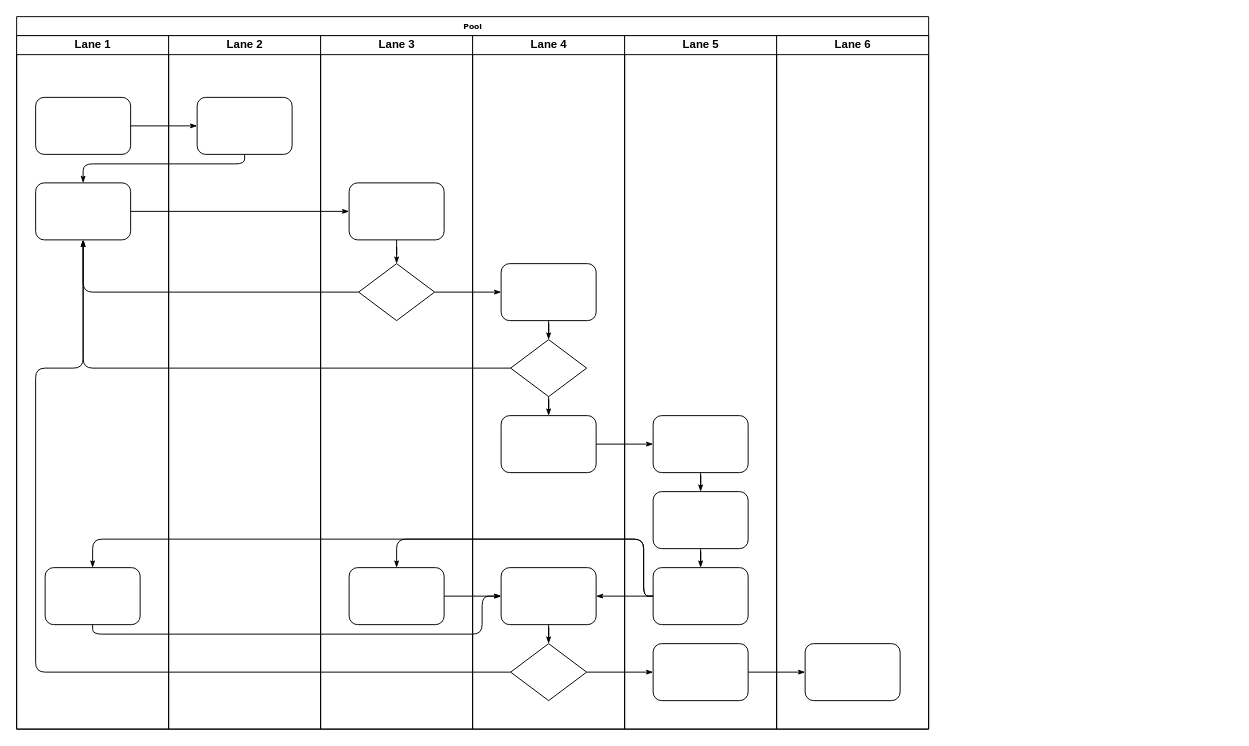
This is Untitled Diagram.drawio from mslz30/May-Shoon-Lett-Zaw, a draw.io file, before an edit. Source tidied: cells renumbered, new cells numbered last; positions are measured from the earlier drawing's top-left corner, leaving out a move shared by most shapes. Both pictures are drawn from the tidied source at 95%, with x=0, y=0 at pixel (16, 16).
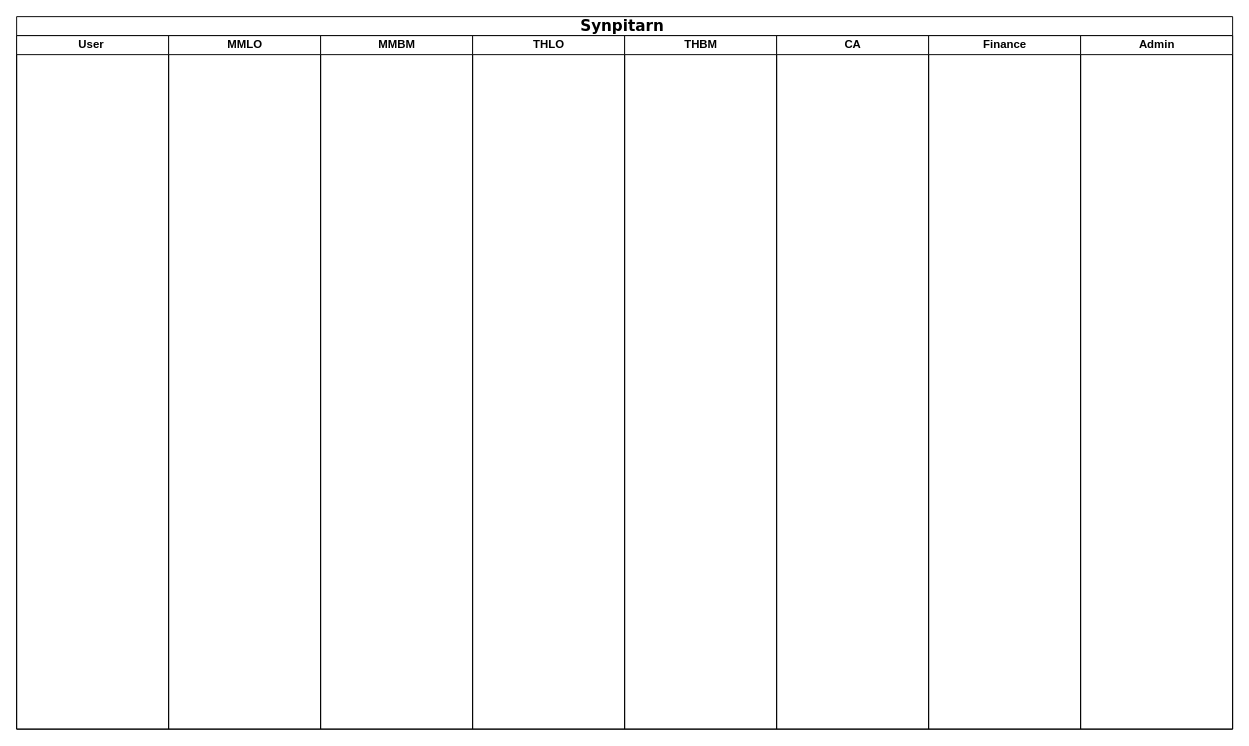
Above is the later version.

Commit message:
Overall Process

Change to the diagram source:
```diff
@@
-    <mxCell id="2" value="Pool" style="swimlane;html=1;startSize=20;rounded=0;shadow=0;labelBackgroundColor=none;strokeWidth=1;fontFamily=Verdana;fontSize=8;align=center;" parent="1" vertex="1">
-      <mxGeometry width="960" height="750" as="geometry" />
+    <mxCell id="2" value="&lt;font style=&quot;font-size: 16px;&quot;&gt;Synpitarn&amp;nbsp;&lt;/font&gt;" style="swimlane;html=1;startSize=20;rounded=0;shadow=0;labelBackgroundColor=none;strokeWidth=1;fontFamily=Verdana;fontSize=8;align=center;" parent="1" vertex="1">
+      <mxGeometry width="1280" height="750" as="geometry" />
     </mxCell>
-    <mxCell id="3" value="Lane 1" style="swimlane;html=1;startSize=20;" parent="2" vertex="1">
+    <mxCell id="3" value="User&amp;nbsp;" style="swimlane;html=1;startSize=20;" parent="2" vertex="1">
       <mxGeometry y="20" width="160" height="730" as="geometry" />
     </mxCell>
-    <mxCell id="4" style="rounded=1;whiteSpace=wrap;html=1;shadow=0;labelBackgroundColor=none;strokeWidth=1;fontFamily=Verdana;fontSize=8;align=center;" parent="3" vertex="1">
-      <mxGeometry x="20" y="65" width="100" height="60" as="geometry" />
-    </mxCell>
-    <mxCell id="5" style="rounded=1;whiteSpace=wrap;html=1;shadow=0;labelBackgroundColor=none;strokeWidth=1;fontFamily=Verdana;fontSize=8;align=center;" parent="3" vertex="1">
-      <mxGeometry x="20" y="155" width="100" height="60" as="geometry" />
-    </mxCell>
-    <mxCell id="6" style="rounded=1;whiteSpace=wrap;html=1;shadow=0;labelBackgroundColor=none;strokeWidth=1;fontFamily=Verdana;fontSize=8;align=center;" parent="3" vertex="1">
-      <mxGeometry x="30" y="560" width="100" height="60" as="geometry" />
-    </mxCell>
-    <mxCell id="7" style="edgeStyle=orthogonalEdgeStyle;rounded=1;html=1;labelBackgroundColor=none;startArrow=none;startFill=0;startSize=5;endArrow=classicThin;endFill=1;endSize=5;jettySize=auto;strokeWidth=1;fontFamily=Verdana;fontSize=8;" parent="2" edge="1" source="4" target="23">
-      <mxGeometry relative="1" as="geometry" />
-    </mxCell>
-    <mxCell id="8" style="edgeStyle=orthogonalEdgeStyle;rounded=1;html=1;labelBackgroundColor=none;startArrow=none;startFill=0;startSize=5;endArrow=classicThin;endFill=1;endSize=5;jettySize=auto;strokeWidth=1;fontFamily=Verdana;fontSize=8;" parent="2" edge="1" source="23" target="5">
-      <mxGeometry relative="1" as="geometry">
-        <Array as="points">
-          <mxPoint x="240" y="155" />
-          <mxPoint x="70" y="155" />
-        </Array>
-      </mxGeometry>
-    </mxCell>
-    <mxCell id="9" style="edgeStyle=orthogonalEdgeStyle;rounded=1;html=1;labelBackgroundColor=none;startArrow=none;startFill=0;startSize=5;endArrow=classicThin;endFill=1;endSize=5;jettySize=auto;strokeWidth=1;fontFamily=Verdana;fontSize=8;" parent="2" edge="1" source="5" target="25">
-      <mxGeometry relative="1" as="geometry" />
-    </mxCell>
-    <mxCell id="10" style="edgeStyle=orthogonalEdgeStyle;rounded=1;html=1;labelBackgroundColor=none;startArrow=none;startFill=0;startSize=5;endArrow=classicThin;endFill=1;endSize=5;jettySize=auto;strokeWidth=1;fontFamily=Verdana;fontSize=8;" parent="2" edge="1" source="26" target="5">
-      <mxGeometry relative="1" as="geometry" />
-    </mxCell>
-    <mxCell id="11" style="edgeStyle=orthogonalEdgeStyle;rounded=1;html=1;labelBackgroundColor=none;startArrow=none;startFill=0;startSize=5;endArrow=classicThin;endFill=1;endSize=5;jettySize=auto;strokeWidth=1;fontFamily=Verdana;fontSize=8;" parent="2" edge="1" source="31" target="5">
-      <mxGeometry relative="1" as="geometry" />
-    </mxCell>
-    <mxCell id="12" style="edgeStyle=orthogonalEdgeStyle;rounded=1;html=1;labelBackgroundColor=none;startArrow=none;startFill=0;startSize=5;endArrow=classicThin;endFill=1;endSize=5;jettySize=auto;strokeWidth=1;fontFamily=Verdana;fontSize=8;" parent="2" edge="1" source="34" target="5">
-      <mxGeometry relative="1" as="geometry">
-        <Array as="points">
-          <mxPoint x="20" y="690" />
-          <mxPoint x="20" y="370" />
-          <mxPoint x="70" y="370" />
-        </Array>
-      </mxGeometry>
-    </mxCell>
-    <mxCell id="13" style="edgeStyle=orthogonalEdgeStyle;rounded=1;html=1;labelBackgroundColor=none;startArrow=none;startFill=0;startSize=5;endArrow=classicThin;endFill=1;endSize=5;jettySize=auto;strokeWidth=1;fontFamily=Verdana;fontSize=8;" parent="2" edge="1" source="26" target="30">
-      <mxGeometry relative="1" as="geometry" />
-    </mxCell>
-    <mxCell id="14" style="edgeStyle=orthogonalEdgeStyle;rounded=1;html=1;labelBackgroundColor=none;startArrow=none;startFill=0;startSize=5;endArrow=classicThin;endFill=1;endSize=5;jettySize=auto;strokeWidth=1;fontFamily=Verdana;fontSize=8;" parent="2" edge="1" source="34" target="42">
-      <mxGeometry relative="1" as="geometry" />
-    </mxCell>
-    <mxCell id="15" style="edgeStyle=orthogonalEdgeStyle;rounded=1;html=1;labelBackgroundColor=none;startArrow=none;startFill=0;startSize=5;endArrow=classicThin;endFill=1;endSize=5;jettySize=auto;strokeWidth=1;fontFamily=Verdana;fontSize=8;" parent="2" edge="1" source="42" target="46">
-      <mxGeometry relative="1" as="geometry" />
-    </mxCell>
-    <mxCell id="16" style="edgeStyle=orthogonalEdgeStyle;rounded=1;html=1;labelBackgroundColor=none;startArrow=none;startFill=0;startSize=5;endArrow=classicThin;endFill=1;endSize=5;jettySize=auto;strokeWidth=1;fontFamily=Verdana;fontSize=8;" parent="2" edge="1" source="32" target="39">
-      <mxGeometry relative="1" as="geometry" />
-    </mxCell>
-    <mxCell id="17" style="edgeStyle=orthogonalEdgeStyle;rounded=1;html=1;labelBackgroundColor=none;startArrow=none;startFill=0;startSize=5;endArrow=classicThin;endFill=1;endSize=5;jettySize=auto;strokeWidth=1;fontFamily=Verdana;fontSize=8;" parent="2" edge="1" source="41" target="27">
-      <mxGeometry relative="1" as="geometry">
-        <Array as="points">
-          <mxPoint x="660" y="610" />
-          <mxPoint x="660" y="550" />
-          <mxPoint x="400" y="550" />
-        </Array>
-      </mxGeometry>
-    </mxCell>
-    <mxCell id="18" style="edgeStyle=orthogonalEdgeStyle;rounded=1;html=1;labelBackgroundColor=none;startArrow=none;startFill=0;startSize=5;endArrow=classicThin;endFill=1;endSize=5;jettySize=auto;strokeColor=#000000;strokeWidth=1;fontFamily=Verdana;fontSize=8;fontColor=#000000;" parent="2" edge="1" source="41" target="33">
-      <mxGeometry relative="1" as="geometry" />
-    </mxCell>
-    <mxCell id="19" style="edgeStyle=orthogonalEdgeStyle;rounded=1;html=1;labelBackgroundColor=none;startArrow=none;startFill=0;startSize=5;endArrow=classicThin;endFill=1;endSize=5;jettySize=auto;strokeWidth=1;fontFamily=Verdana;fontSize=8;" parent="2" edge="1" source="41" target="6">
-      <mxGeometry relative="1" as="geometry">
-        <Array as="points">
-          <mxPoint x="660" y="610" />
-          <mxPoint x="660" y="550" />
-          <mxPoint x="80" y="550" />
-        </Array>
-      </mxGeometry>
-    </mxCell>
-    <mxCell id="20" style="edgeStyle=orthogonalEdgeStyle;rounded=1;html=1;labelBackgroundColor=none;startArrow=none;startFill=0;startSize=5;endArrow=classicThin;endFill=1;endSize=5;jettySize=auto;strokeWidth=1;fontFamily=Verdana;fontSize=8;" parent="2" edge="1" source="6" target="33">
-      <mxGeometry relative="1" as="geometry">
-        <Array as="points">
-          <mxPoint x="80" y="650" />
-          <mxPoint x="490" y="650" />
-          <mxPoint x="490" y="610" />
-        </Array>
-      </mxGeometry>
-    </mxCell>
-    <mxCell id="21" style="edgeStyle=orthogonalEdgeStyle;rounded=1;html=1;labelBackgroundColor=none;startArrow=none;startFill=0;startSize=5;endArrow=classicThin;endFill=1;endSize=5;jettySize=auto;strokeWidth=1;fontFamily=Verdana;fontSize=8;" parent="2" edge="1" source="27" target="33">
-      <mxGeometry relative="1" as="geometry" />
-    </mxCell>
-    <mxCell id="22" value="Lane 2" style="swimlane;html=1;startSize=20;" parent="2" vertex="1">
+    <mxCell id="22" value="MMLO" style="swimlane;html=1;startSize=20;" parent="2" vertex="1">
       <mxGeometry x="160" y="20" width="160" height="730" as="geometry" />
     </mxCell>
-    <mxCell id="23" style="rounded=1;whiteSpace=wrap;html=1;shadow=0;labelBackgroundColor=none;strokeWidth=1;fontFamily=Verdana;fontSize=8;align=center;" parent="22" vertex="1">
-      <mxGeometry x="30" y="65" width="100" height="60" as="geometry" />
-    </mxCell>
-    <mxCell id="24" value="Lane 3" style="swimlane;html=1;startSize=20;" parent="2" vertex="1">
+    <mxCell id="24" value="MMBM" style="swimlane;html=1;startSize=20;" parent="2" vertex="1">
       <mxGeometry x="320" y="20" width="160" height="730" as="geometry" />
     </mxCell>
-    <mxCell id="25" style="rounded=1;whiteSpace=wrap;html=1;shadow=0;labelBackgroundColor=none;strokeWidth=1;fontFamily=Verdana;fontSize=8;align=center;" parent="24" vertex="1">
-      <mxGeometry x="30" y="155" width="100" height="60" as="geometry" />
-    </mxCell>
-    <mxCell id="26" style="rhombus;whiteSpace=wrap;html=1;rounded=0;shadow=0;labelBackgroundColor=none;strokeWidth=1;fontFamily=Verdana;fontSize=8;align=center;" parent="24" vertex="1">
-      <mxGeometry x="40" y="240" width="80" height="60" as="geometry" />
-    </mxCell>
-    <mxCell id="27" style="rounded=1;whiteSpace=wrap;html=1;shadow=0;labelBackgroundColor=none;strokeWidth=1;fontFamily=Verdana;fontSize=8;align=center;" parent="24" vertex="1">
-      <mxGeometry x="30" y="560" width="100" height="60" as="geometry" />
-    </mxCell>
-    <mxCell id="28" style="edgeStyle=orthogonalEdgeStyle;rounded=1;html=1;labelBackgroundColor=none;startArrow=none;startFill=0;startSize=5;endArrow=classicThin;endFill=1;endSize=5;jettySize=auto;strokeWidth=1;fontFamily=Verdana;fontSize=8;" parent="24" edge="1" source="25" target="26">
-      <mxGeometry relative="1" as="geometry" />
-    </mxCell>
-    <mxCell id="29" value="Lane 4" style="swimlane;html=1;startSize=20;" parent="2" vertex="1">
+    <mxCell id="29" value="THLO" style="swimlane;html=1;startSize=20;" parent="2" vertex="1">
       <mxGeometry x="480" y="20" width="160" height="730" as="geometry" />
     </mxCell>
-    <mxCell id="30" style="rounded=1;whiteSpace=wrap;html=1;shadow=0;labelBackgroundColor=none;strokeWidth=1;fontFamily=Verdana;fontSize=8;align=center;" parent="29" vertex="1">
-      <mxGeometry x="30" y="240" width="100" height="60" as="geometry" />
-    </mxCell>
-    <mxCell id="31" style="rhombus;whiteSpace=wrap;html=1;rounded=0;shadow=0;labelBackgroundColor=none;strokeWidth=1;fontFamily=Verdana;fontSize=8;align=center;" parent="29" vertex="1">
-      <mxGeometry x="40" y="320" width="80" height="60" as="geometry" />
-    </mxCell>
-    <mxCell id="32" style="rounded=1;whiteSpace=wrap;html=1;shadow=0;labelBackgroundColor=none;strokeWidth=1;fontFamily=Verdana;fontSize=8;align=center;" parent="29" vertex="1">
-      <mxGeometry x="30" y="400" width="100" height="60" as="geometry" />
-    </mxCell>
-    <mxCell id="33" style="rounded=1;whiteSpace=wrap;html=1;shadow=0;labelBackgroundColor=none;strokeWidth=1;fontFamily=Verdana;fontSize=8;align=center;" parent="29" vertex="1">
-      <mxGeometry x="30" y="560" width="100" height="60" as="geometry" />
-    </mxCell>
-    <mxCell id="34" style="rhombus;whiteSpace=wrap;html=1;rounded=0;shadow=0;labelBackgroundColor=none;strokeWidth=1;fontFamily=Verdana;fontSize=8;align=center;" parent="29" vertex="1">
-      <mxGeometry x="40" y="640" width="80" height="60" as="geometry" />
-    </mxCell>
-    <mxCell id="35" style="edgeStyle=orthogonalEdgeStyle;rounded=1;html=1;labelBackgroundColor=none;startArrow=none;startFill=0;startSize=5;endArrow=classicThin;endFill=1;endSize=5;jettySize=auto;strokeColor=#000000;strokeWidth=1;fontFamily=Verdana;fontSize=8;fontColor=#000000;" parent="29" edge="1" source="30" target="31">
-      <mxGeometry relative="1" as="geometry" />
-    </mxCell>
-    <mxCell id="36" style="edgeStyle=orthogonalEdgeStyle;rounded=1;html=1;labelBackgroundColor=none;startArrow=none;startFill=0;startSize=5;endArrow=classicThin;endFill=1;endSize=5;jettySize=auto;strokeWidth=1;fontFamily=Verdana;fontSize=8;" parent="29" edge="1" source="31" target="32">
-      <mxGeometry relative="1" as="geometry" />
-    </mxCell>
-    <mxCell id="37" style="edgeStyle=orthogonalEdgeStyle;rounded=1;html=1;labelBackgroundColor=none;startArrow=none;startFill=0;startSize=5;endArrow=classicThin;endFill=1;endSize=5;jettySize=auto;strokeWidth=1;fontFamily=Verdana;fontSize=8;" parent="29" edge="1" source="33" target="34">
-      <mxGeometry relative="1" as="geometry" />
-    </mxCell>
-    <mxCell id="38" value="Lane 5" style="swimlane;html=1;startSize=20;" parent="2" vertex="1">
+    <mxCell id="38" value="THBM" style="swimlane;html=1;startSize=20;" parent="2" vertex="1">
       <mxGeometry x="640" y="20" width="160" height="730" as="geometry" />
     </mxCell>
-    <mxCell id="39" style="rounded=1;whiteSpace=wrap;html=1;shadow=0;labelBackgroundColor=none;strokeWidth=1;fontFamily=Verdana;fontSize=8;align=center;" parent="38" vertex="1">
-      <mxGeometry x="30" y="400" width="100" height="60" as="geometry" />
-    </mxCell>
-    <mxCell id="40" style="rounded=1;whiteSpace=wrap;html=1;shadow=0;labelBackgroundColor=none;strokeWidth=1;fontFamily=Verdana;fontSize=8;align=center;" parent="38" vertex="1">
-      <mxGeometry x="30" y="480" width="100" height="60" as="geometry" />
-    </mxCell>
-    <mxCell id="41" style="rounded=1;whiteSpace=wrap;html=1;shadow=0;labelBackgroundColor=none;strokeWidth=1;fontFamily=Verdana;fontSize=8;align=center;" parent="38" vertex="1">
-      <mxGeometry x="30" y="560" width="100" height="60" as="geometry" />
-    </mxCell>
-    <mxCell id="42" style="rounded=1;whiteSpace=wrap;html=1;shadow=0;labelBackgroundColor=none;strokeWidth=1;fontFamily=Verdana;fontSize=8;align=center;" parent="38" vertex="1">
-      <mxGeometry x="30" y="640" width="100" height="60" as="geometry" />
-    </mxCell>
-    <mxCell id="43" style="edgeStyle=orthogonalEdgeStyle;rounded=1;html=1;labelBackgroundColor=none;startArrow=none;startFill=0;startSize=5;endArrow=classicThin;endFill=1;endSize=5;jettySize=auto;strokeWidth=1;fontFamily=Verdana;fontSize=8;" parent="38" edge="1" source="39" target="40">
-      <mxGeometry relative="1" as="geometry" />
-    </mxCell>
-    <mxCell id="44" style="edgeStyle=orthogonalEdgeStyle;rounded=1;html=1;labelBackgroundColor=none;startArrow=none;startFill=0;startSize=5;endArrow=classicThin;endFill=1;endSize=5;jettySize=auto;strokeWidth=1;fontFamily=Verdana;fontSize=8;" parent="38" edge="1" source="40" target="41">
-      <mxGeometry relative="1" as="geometry" />
-    </mxCell>
-    <mxCell id="45" value="Lane 6" style="swimlane;html=1;startSize=20;" parent="2" vertex="1">
+    <mxCell id="45" value="CA" style="swimlane;html=1;startSize=20;" parent="2" vertex="1">
       <mxGeometry x="800" y="20" width="160" height="730" as="geometry" />
     </mxCell>
-    <mxCell id="46" style="rounded=1;whiteSpace=wrap;html=1;shadow=0;labelBackgroundColor=none;strokeWidth=1;fontFamily=Verdana;fontSize=8;align=center;" parent="45" vertex="1">
-      <mxGeometry x="30" y="640" width="100" height="60" as="geometry" />
-    </mxCell>
+    <mxCell id="47" value="Finance" style="swimlane;html=1;startSize=20;" parent="2" vertex="1">
+      <mxGeometry x="960" y="20" width="160" height="730" as="geometry" />
+    </mxCell>
+    <mxCell id="48" value="Admin" style="swimlane;html=1;startSize=20;" parent="2" vertex="1">
+      <mxGeometry x="1120" y="20" width="160" height="730" as="geometry" />
+    </mxCell>
```
